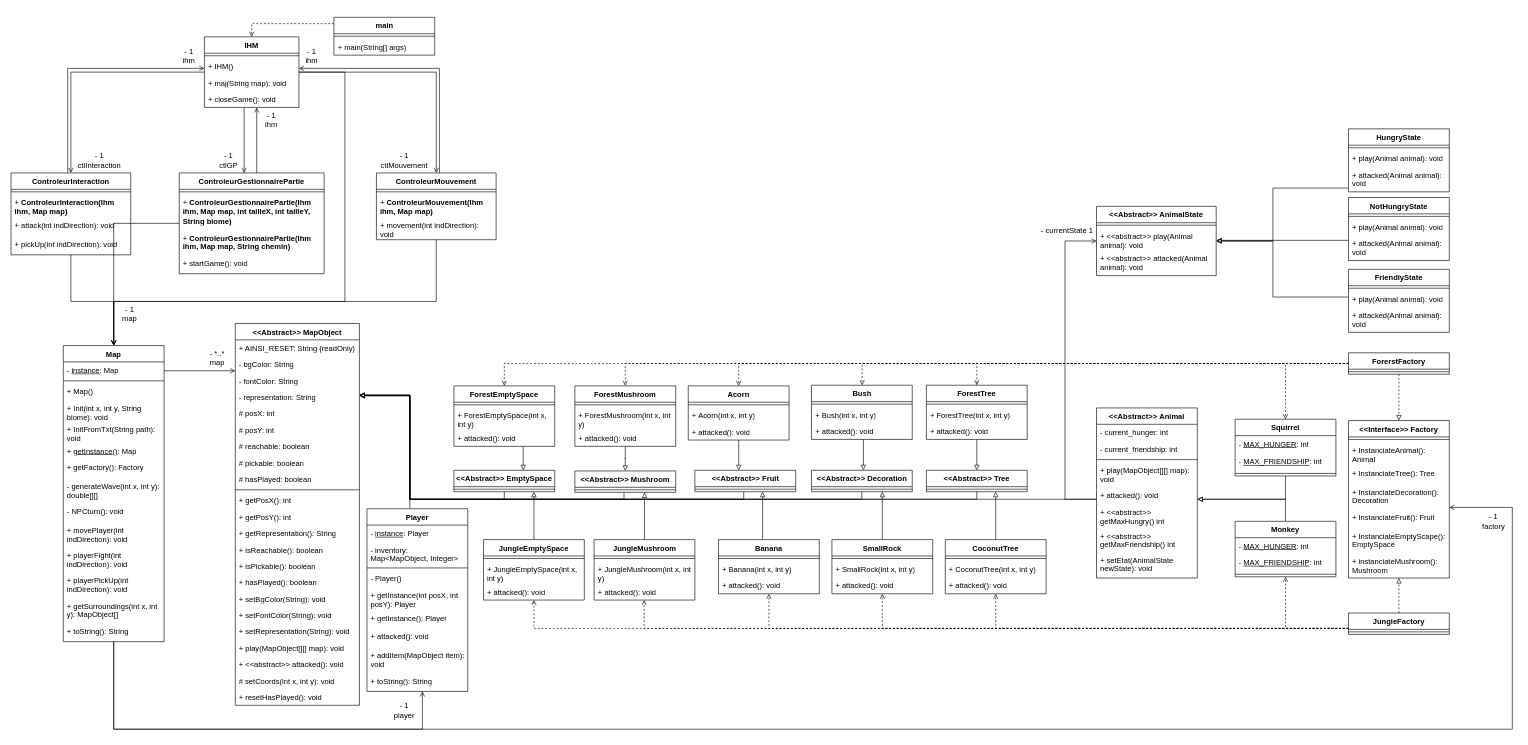
Before: ProjetCOO.drawio in DorianLudm/CC_COO, a draw.io diagram. Source tidied: cells renumbered, new cells numbered last; positions are measured from the earlier drawing's top-left corner, leaving out a move shared by most shapes. Both pictures are drawn from the tidied source at 63%, with x=0, y=0 at pixel (11, 17).
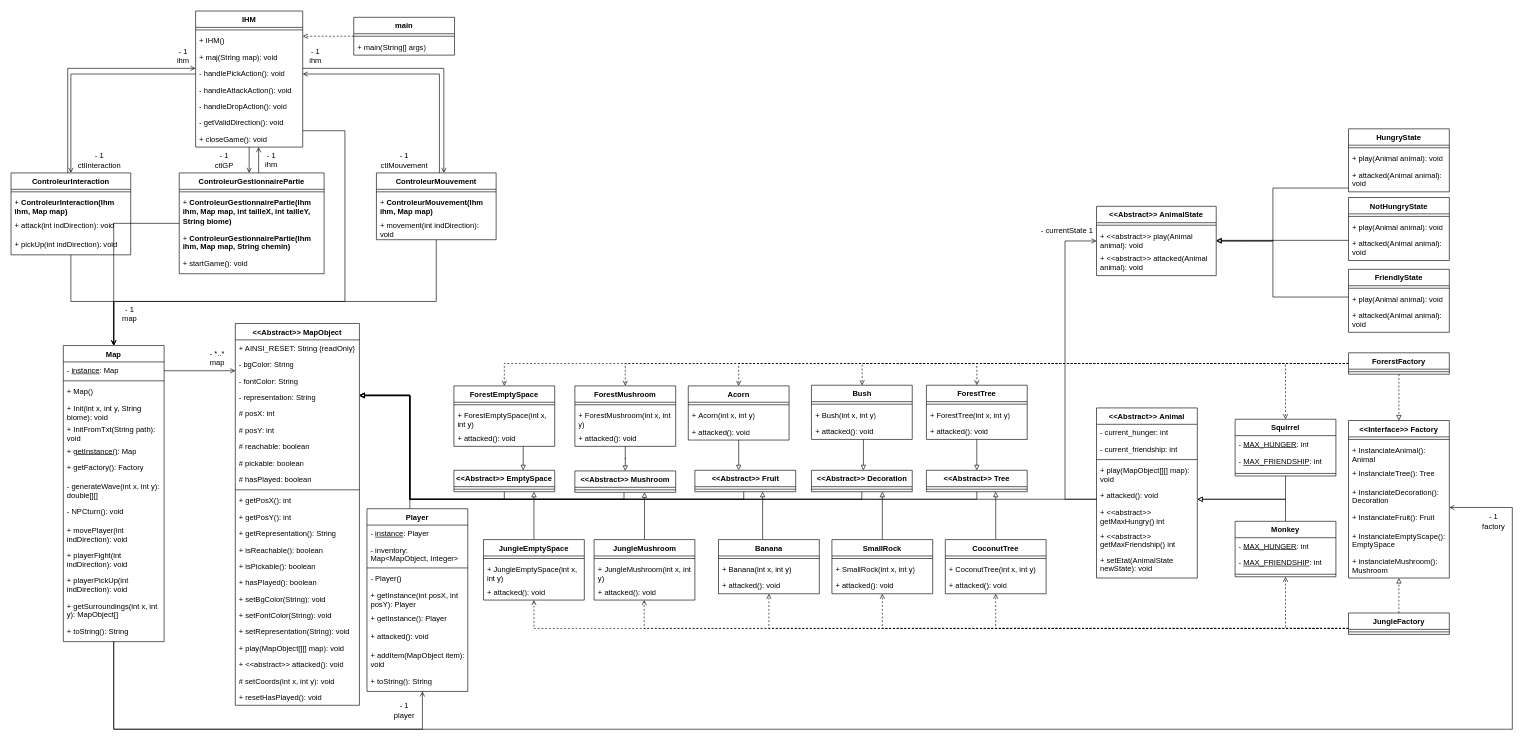
Above is the later version.

Unchanged cells that the change refers to:
```xml
<mxCell id="13" value="ControleurGestionnairePartie" style="swimlane;fontStyle=1;align=center;verticalAlign=top;horizontal=1;startSize=26;whiteSpace=wrap;html=1;" parent="1" vertex="1">
  <mxGeometry x="267" y="247" width="230" height="160" as="geometry" />
</mxCell>
<mxCell id="20" value="ControleurMouvement" style="swimlane;fontStyle=1;align=center;verticalAlign=top;horizontal=1;startSize=26;whiteSpace=wrap;html=1;" parent="1" vertex="1">
  <mxGeometry x="580" y="247" width="190" height="106" as="geometry" />
</mxCell>
<mxCell id="26" value="ControleurInteraction" style="swimlane;fontStyle=1;align=center;verticalAlign=top;horizontal=1;startSize=26;whiteSpace=wrap;html=1;" parent="1" vertex="1">
  <mxGeometry y="247" width="190" height="130" as="geometry" />
</mxCell>
<mxCell id="34" value="Map" style="swimlane;fontStyle=1;align=center;verticalAlign=top;horizontal=1;startSize=26;whiteSpace=wrap;html=1;" parent="1" vertex="1">
  <mxGeometry x="83" y="521" width="160" height="470" as="geometry" />
</mxCell>
```

The edit, as a diff of the source:
```diff
@@
     <mxCell id="3" style="edgeStyle=orthogonalEdgeStyle;rounded=0;jettySize=auto;html=1;endArrow=open;endFill=0;" parent="1" edge="1" source="6" target="20">
-      <mxGeometry relative="1" as="geometry" />
+      <mxGeometry relative="1" as="geometry">
+        <Array as="points">
+          <mxPoint x="687" y="81" />
+        </Array>
+      </mxGeometry>
     </mxCell>
     <mxCell id="4" style="edgeStyle=orthogonalEdgeStyle;rounded=0;jettySize=auto;html=1;endArrow=open;endFill=0;" parent="1" edge="1" source="6" target="26">
-      <mxGeometry relative="1" as="geometry" />
+      <mxGeometry relative="1" as="geometry">
+        <Array as="points">
+          <mxPoint x="95" y="90" />
+        </Array>
+      </mxGeometry>
     </mxCell>
     <mxCell id="5" style="edgeStyle=orthogonalEdgeStyle;rounded=0;jettySize=auto;html=1;endArrow=open;endFill=0;" parent="1" edge="1" source="6" target="34">
       <mxGeometry relative="1" as="geometry">
         <Array as="points">
-          <mxPoint x="530" y="87" />
+          <mxPoint x="530" y="180" />
           <mxPoint x="530" y="451" />
           <mxPoint x="163" y="451" />
         </Array>
       </mxGeometry>
     </mxCell>
     <mxCell id="6" value="IHM" style="swimlane;fontStyle=1;align=center;verticalAlign=top;horizontal=1;startSize=26;whiteSpace=wrap;html=1;" parent="1" vertex="1">
-      <mxGeometry x="307" y="31" width="150" height="112" as="geometry" />
+      <mxGeometry x="293" y="-10" width="170" height="216" as="geometry" />
     </mxCell>
     <mxCell id="7" style="line;strokeWidth=1;fillColor=none;align=left;verticalAlign=middle;spacingTop=-1;spacingLeft=3;spacingRight=3;labelPosition=right;strokeColor=inherit;" parent="6" vertex="1">
-      <mxGeometry y="26" width="150" height="8" as="geometry" />
+      <mxGeometry y="26" width="170" height="8" as="geometry" />
     </mxCell>
     <mxCell id="8" value="+ IHM()" style="text;strokeColor=none;fillColor=none;align=left;verticalAlign=top;spacingLeft=4;spacingRight=4;overflow=hidden;whiteSpace=wrap;html=1;" parent="6" vertex="1">
-      <mxGeometry y="34" width="150" height="26" as="geometry" />
+      <mxGeometry y="34" width="170" height="26" as="geometry" />
     </mxCell>
     <mxCell id="9" value="+ maj(String map): void" style="text;strokeColor=none;fillColor=none;align=left;verticalAlign=top;spacingLeft=4;spacingRight=4;overflow=hidden;whiteSpace=wrap;html=1;" parent="6" vertex="1">
-      <mxGeometry y="60" width="150" height="26" as="geometry" />
+      <mxGeometry y="60" width="170" height="26" as="geometry" />
     </mxCell>
+    <mxCell id="230" value="- handlePickAction(): void" style="text;strokeColor=none;fillColor=none;align=left;verticalAlign=top;spacingLeft=4;spacingRight=4;overflow=hidden;whiteSpace=wrap;html=1;" parent="6" vertex="1">
+      <mxGeometry y="86" width="170" height="26" as="geometry" />
+    </mxCell>
+    <mxCell id="231" value="- handleAttackAction(): void" style="text;strokeColor=none;fillColor=none;align=left;verticalAlign=top;spacingLeft=4;spacingRight=4;overflow=hidden;whiteSpace=wrap;html=1;" parent="6" vertex="1">
+      <mxGeometry y="112" width="170" height="26" as="geometry" />
+    </mxCell>
+    <mxCell id="232" value="- handleDropAction(): void" style="text;strokeColor=none;fillColor=none;align=left;verticalAlign=top;spacingLeft=4;spacingRight=4;overflow=hidden;whiteSpace=wrap;html=1;" parent="6" vertex="1">
+      <mxGeometry y="138" width="170" height="26" as="geometry" />
+    </mxCell>
+    <mxCell id="233" value="- getValidDirection(): void" style="text;strokeColor=none;fillColor=none;align=left;verticalAlign=top;spacingLeft=4;spacingRight=4;overflow=hidden;whiteSpace=wrap;html=1;" parent="6" vertex="1">
+      <mxGeometry y="164" width="170" height="26" as="geometry" />
+    </mxCell>
     <mxCell id="10" value="+ closeGame(): void" style="text;strokeColor=none;fillColor=none;align=left;verticalAlign=top;spacingLeft=4;spacingRight=4;overflow=hidden;whiteSpace=wrap;html=1;" parent="6" vertex="1">
-      <mxGeometry y="86" width="150" height="26" as="geometry" />
+      <mxGeometry y="190" width="170" height="26" as="geometry" />
     </mxCell>
@@
     <mxCell id="12" style="edgeStyle=orthogonalEdgeStyle;rounded=0;jettySize=auto;html=1;endArrow=open;endFill=0;" parent="1" edge="1" source="13" target="6">
       <mxGeometry relative="1" as="geometry">
         <Array as="points">
-          <mxPoint x="390" y="191" />
-          <mxPoint x="390" y="191" />
+          <mxPoint x="393" y="230" />
+          <mxPoint x="393" y="230" />
         </Array>
       </mxGeometry>
     </mxCell>
@@
     <mxCell id="19" style="edgeStyle=orthogonalEdgeStyle;rounded=0;jettySize=auto;html=1;endArrow=open;endFill=0;" parent="1" edge="1" source="20" target="6">
       <mxGeometry relative="1" as="geometry">
         <Array as="points">
-          <mxPoint x="680" y="81" />
+          <mxPoint x="680" y="90" />
         </Array>
       </mxGeometry>
     </mxCell>
@@
     <mxCell id="50" value="- 1&lt;br&gt;ctlGP" style="text;html=1;align=center;verticalAlign=middle;strokeColor=none;fillColor=none;" parent="1" vertex="1">
-      <mxGeometry x="320" y="207" width="50" height="40" as="geometry" />
+      <mxGeometry x="313" y="207" width="50" height="40" as="geometry" />
     </mxCell>
@@
     <mxCell id="53" value="- 1&lt;br&gt;ihm" style="text;html=1;align=center;verticalAlign=middle;strokeColor=none;fillColor=none;" parent="1" vertex="1">
-      <mxGeometry x="262" y="41" width="40" height="40" as="geometry" />
+      <mxGeometry x="253" y="41" width="40" height="40" as="geometry" />
     </mxCell>
     <mxCell id="54" value="- 1&lt;br&gt;ihm" style="text;html=1;align=center;verticalAlign=middle;strokeColor=none;fillColor=none;" parent="1" vertex="1">
-      <mxGeometry x="393" y="143" width="40" height="40" as="geometry" />
+      <mxGeometry x="393" y="206" width="40" height="40" as="geometry" />
     </mxCell>
     <mxCell id="55" value="- 1&lt;br&gt;ihm" style="text;html=1;align=center;verticalAlign=middle;strokeColor=none;fillColor=none;" parent="1" vertex="1">
-      <mxGeometry x="457" y="41" width="40" height="40" as="geometry" />
+      <mxGeometry x="463" y="41" width="40" height="40" as="geometry" />
     </mxCell>
@@
     <mxCell id="57" value="main" style="swimlane;fontStyle=1;align=center;verticalAlign=top;horizontal=1;startSize=26;whiteSpace=wrap;html=1;" parent="1" vertex="1">
-      <mxGeometry x="512.5" width="160" height="60" as="geometry" />
+      <mxGeometry x="544" width="160" height="60" as="geometry" />
     </mxCell>
```
